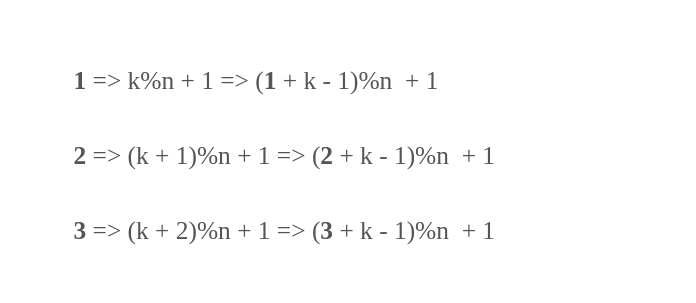
Earlier version of the draw.io diagram josephus.drawio (baoqger/drawing.io). Source tidied: cells renumbered, new cells numbered last; positions are measured from the earlier drawing's top-left corner, leaving out a move shared by most shapes. Both pictures are drawn from the tidied source at 150%, with x=0, y=0 at pixel (70, 56).
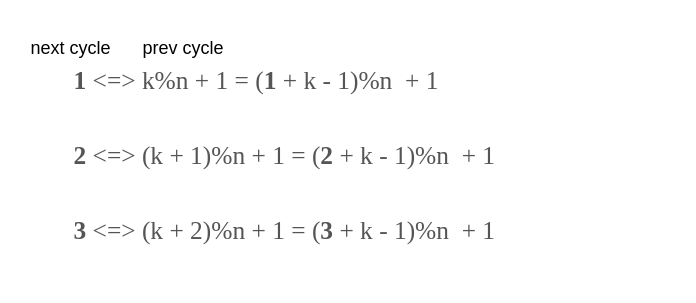
Above is the later version.

Diff of the diagram source:
```diff
@@
 <mxGraphModel>
   <root>
     <mxCell id="0" />
     <mxCell id="1" parent="0" />
-    <mxCell id="2" value="&lt;font face=&quot;KaTeX_Main, Times New Roman, serif&quot; color=&quot;#555555&quot;&gt;&lt;span style=&quot;font-size: 16.94px; background-color: rgb(255, 255, 255);&quot;&gt;&lt;b&gt;1&lt;/b&gt; =&amp;gt; k%n + 1 =&amp;gt; (&lt;b&gt;1 &lt;/b&gt;+ k - 1)%n&amp;nbsp; + 1&lt;br&gt;&lt;br&gt;&lt;/span&gt;&lt;/font&gt;" style="text;whiteSpace=wrap;html=1;" parent="1" vertex="1">
+    <mxCell id="2" value="&lt;font face=&quot;KaTeX_Main, Times New Roman, serif&quot; color=&quot;#555555&quot;&gt;&lt;span style=&quot;font-size: 16.94px; background-color: rgb(255, 255, 255);&quot;&gt;&lt;b&gt;1&lt;/b&gt;&amp;nbsp;&amp;lt;=&amp;gt; k%n + 1 = (&lt;b&gt;1 &lt;/b&gt;+ k - 1)%n&amp;nbsp; + 1&lt;br&gt;&lt;br&gt;&lt;/span&gt;&lt;/font&gt;" style="text;whiteSpace=wrap;html=1;" parent="1" vertex="1">
       <mxGeometry width="400" height="40" as="geometry" />
     </mxCell>
-    <mxCell id="3" value="&lt;font face=&quot;KaTeX_Main, Times New Roman, serif&quot; color=&quot;#555555&quot;&gt;&lt;span style=&quot;font-size: 16.94px; background-color: rgb(255, 255, 255);&quot;&gt;&lt;b&gt;2&lt;/b&gt; =&amp;gt; (k + 1)%n + 1 =&amp;gt; (&lt;b&gt;2&amp;nbsp;&lt;/b&gt;+ k - 1)%n&amp;nbsp; + 1&lt;br&gt;&lt;br&gt;&lt;/span&gt;&lt;/font&gt;" style="text;whiteSpace=wrap;html=1;" parent="1" vertex="1">
+    <mxCell id="3" value="&lt;font face=&quot;KaTeX_Main, Times New Roman, serif&quot; color=&quot;#555555&quot;&gt;&lt;span style=&quot;font-size: 16.94px; background-color: rgb(255, 255, 255);&quot;&gt;&lt;b&gt;2&lt;/b&gt;&amp;nbsp;&amp;lt;=&amp;gt; (k + 1)%n + 1 = (&lt;b&gt;2&amp;nbsp;&lt;/b&gt;+ k - 1)%n&amp;nbsp; + 1&lt;br&gt;&lt;br&gt;&lt;/span&gt;&lt;/font&gt;" style="text;whiteSpace=wrap;html=1;" parent="1" vertex="1">
       <mxGeometry y="50" width="400" height="40" as="geometry" />
     </mxCell>
-    <mxCell id="4" value="&lt;font face=&quot;KaTeX_Main, Times New Roman, serif&quot; color=&quot;#555555&quot;&gt;&lt;span style=&quot;font-size: 16.94px; background-color: rgb(255, 255, 255);&quot;&gt;&lt;b&gt;3&lt;/b&gt; =&amp;gt; (k + 2)%n + 1 =&amp;gt; (&lt;b&gt;3&amp;nbsp;&lt;/b&gt;+ k - 1)%n&amp;nbsp; + 1&lt;br&gt;&lt;br&gt;&lt;/span&gt;&lt;/font&gt;" style="text;whiteSpace=wrap;html=1;" parent="1" vertex="1">
+    <mxCell id="4" value="&lt;font face=&quot;KaTeX_Main, Times New Roman, serif&quot; color=&quot;#555555&quot;&gt;&lt;span style=&quot;font-size: 16.94px; background-color: rgb(255, 255, 255);&quot;&gt;&lt;b&gt;3&lt;/b&gt;&amp;nbsp;&amp;lt;=&amp;gt; (k + 2)%n + 1 = (&lt;b&gt;3&amp;nbsp;&lt;/b&gt;+ k - 1)%n&amp;nbsp; + 1&lt;br&gt;&lt;br&gt;&lt;/span&gt;&lt;/font&gt;" style="text;whiteSpace=wrap;html=1;" parent="1" vertex="1">
       <mxGeometry y="100" width="400" height="40" as="geometry" />
     </mxCell>
+    <mxCell id="5" value="next cycle" style="text;html=1;strokeColor=none;fillColor=none;align=center;verticalAlign=middle;whiteSpace=wrap;rounded=0;" parent="1" vertex="1">
+      <mxGeometry x="-30" y="-20" width="60" height="30" as="geometry" />
+    </mxCell>
+    <mxCell id="6" value="prev cycle" style="text;html=1;strokeColor=none;fillColor=none;align=center;verticalAlign=middle;whiteSpace=wrap;rounded=0;" parent="1" vertex="1">
+      <mxGeometry x="45" y="-20" width="60" height="30" as="geometry" />
+    </mxCell>
   </root>
 </mxGraphModel>
```
